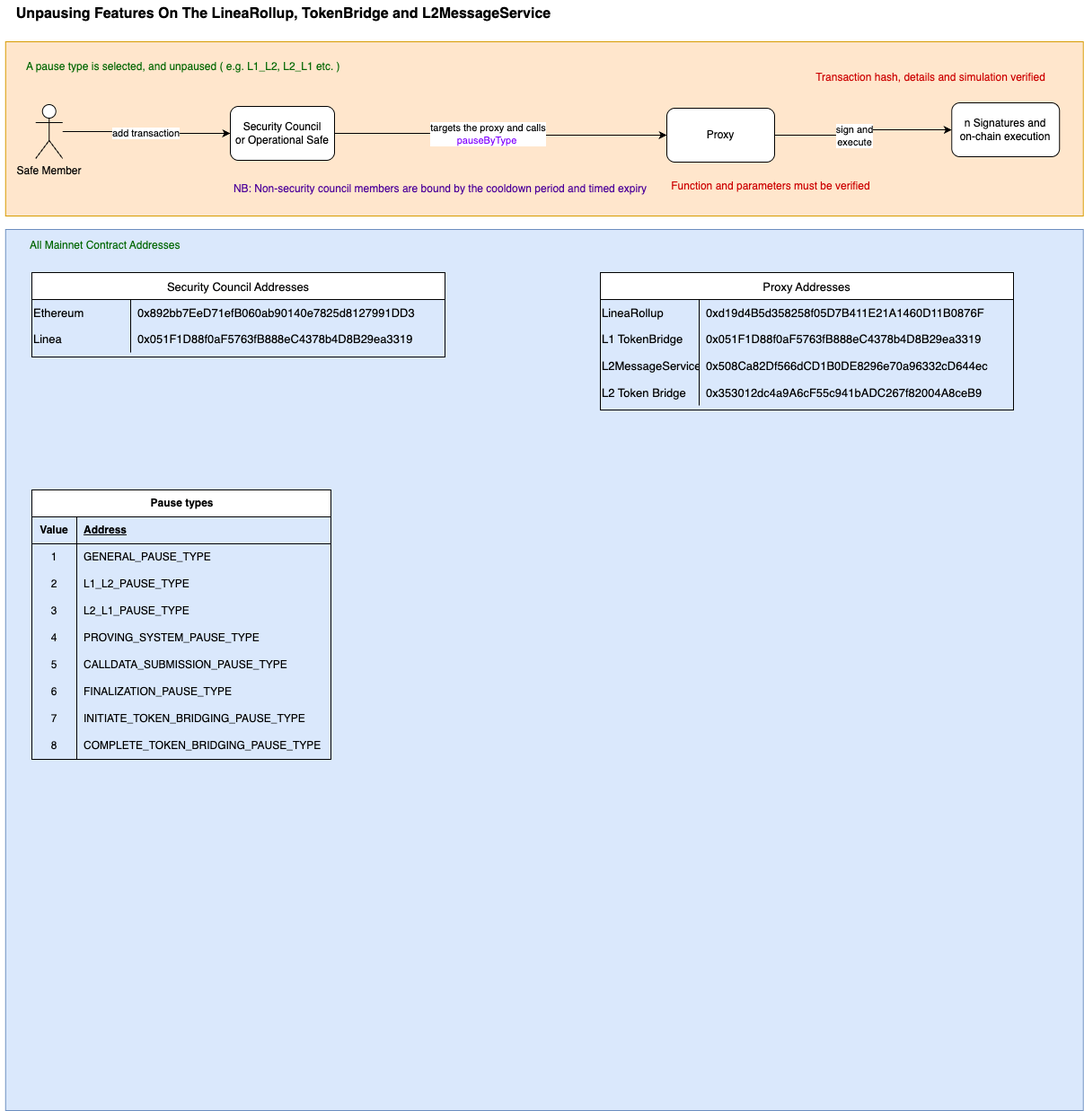
Above: contracts/docs/workflows/diagrams/unpausing.png in Consensys/linea-monorepo (draw.io), before the change. Source tidied: cells renumbered, new cells last; positions are measured from the earlier drawing's top-left corner, leaving out a move shared by most shapes. Its diagram source:
```xml
<mxGraphModel>
  <root>
    <mxCell id="0" />
    <mxCell id="1" parent="0" />
    <mxCell id="2" style="rounded=0;whiteSpace=wrap;html=1;fillColor=#dae8fc;strokeColor=#6c8ebf;" parent="1" vertex="1">
      <mxGeometry x="5.8" y="255" width="1200" height="981" as="geometry" />
    </mxCell>
    <mxCell id="3" style="rounded=0;whiteSpace=wrap;html=1;fillColor=#ffe6cc;strokeColor=#d79b00;" parent="1" vertex="1">
      <mxGeometry x="5.8" y="46" width="1200" height="194" as="geometry" />
    </mxCell>
    <mxCell id="4" value="Security Council &lt;br&gt;or Operational Safe" style="rounded=1;whiteSpace=wrap;html=1;" parent="1" vertex="1">
      <mxGeometry x="256" y="118" width="116" height="60" as="geometry" />
    </mxCell>
    <mxCell id="5" value="add transaction" style="edgeStyle=orthogonalEdgeStyle;rounded=0;jettySize=auto;html=1;entryX=0;entryY=0.5;entryDx=0;entryDy=0;" parent="1" edge="1" source="6" target="4">
      <mxGeometry relative="1" as="geometry" />
    </mxCell>
    <mxCell id="6" value="Safe Member" style="shape=umlActor;verticalLabelPosition=bottom;verticalAlign=top;html=1;outlineConnect=0;" parent="1" vertex="1">
      <mxGeometry x="39.2" y="116" width="30" height="60" as="geometry" />
    </mxCell>
    <mxCell id="7" style="edgeStyle=orthogonalEdgeStyle;rounded=0;jettySize=auto;html=1;entryX=0;entryY=0.5;entryDx=0;entryDy=0;exitX=1;exitY=0.5;exitDx=0;exitDy=0;" parent="1" edge="1" source="4" target="11">
      <mxGeometry relative="1" as="geometry" />
    </mxCell>
    <mxCell id="8" value="targets the proxy and calls &lt;br&gt;&lt;font style=&quot;color: rgb(127, 0, 255);&quot;&gt;pauseByType&amp;nbsp;&lt;/font&gt;" style="edgeLabel;html=1;align=center;verticalAlign=middle;" parent="7" vertex="1">
      <mxGeometry x="-0.22" relative="1" as="geometry">
        <mxPoint x="25" as="offset" />
      </mxGeometry>
    </mxCell>
    <mxCell id="9" style="edgeStyle=orthogonalEdgeStyle;rounded=0;jettySize=auto;html=1;" parent="1" edge="1" source="11" target="12">
      <mxGeometry relative="1" as="geometry" />
    </mxCell>
    <mxCell id="10" value="sign and&lt;br&gt;execute" style="edgeLabel;html=1;align=center;verticalAlign=middle;" parent="9" vertex="1">
      <mxGeometry x="-0.13" relative="1" as="geometry" />
    </mxCell>
    <mxCell id="11" value="Proxy" style="rounded=1;whiteSpace=wrap;html=1;" parent="1" vertex="1">
      <mxGeometry x="742" y="120" width="120" height="60" as="geometry" />
    </mxCell>
    <mxCell id="12" value="n Signatures and&lt;br&gt;on-chain execution" style="rounded=1;whiteSpace=wrap;html=1;" parent="1" vertex="1">
      <mxGeometry x="1059.2" y="114" width="120" height="60" as="geometry" />
    </mxCell>
    <mxCell id="13" value="&lt;span style=&quot;color: rgb(0, 102, 0);&quot;&gt;A pause type is selected, and unpaused&amp;nbsp;&lt;/span&gt;&lt;span style=&quot;color: rgb(0, 102, 0);&quot;&gt;( e.g.&amp;nbsp;L1_L2, L2_L1 etc. )&lt;/span&gt;" style="text;html=1;align=left;verticalAlign=middle;whiteSpace=wrap;rounded=0;strokeColor=none;" parent="1" vertex="1">
      <mxGeometry x="27.2" y="59" width="1157" height="30" as="geometry" />
    </mxCell>
    <mxCell id="14" value="&lt;font style=&quot;color: rgb(0, 102, 0);&quot;&gt;All Mainnet Contract Addresses&lt;/font&gt;" style="text;html=1;align=left;verticalAlign=middle;whiteSpace=wrap;rounded=0;strokeColor=none;" parent="1" vertex="1">
      <mxGeometry x="31.2" y="258" width="1157" height="30" as="geometry" />
    </mxCell>
    <mxCell id="15" value="Unpausing Features On The LineaRollup, TokenBridge and L2MessageService" style="text;html=1;align=center;verticalAlign=middle;whiteSpace=wrap;rounded=0;fontStyle=1;fontSize=16;" parent="1" vertex="1">
      <mxGeometry width="631" height="30" as="geometry" />
    </mxCell>
    <mxCell id="16" value="&lt;font style=&quot;color: rgb(204, 0, 0);&quot;&gt;Transaction hash, details and simulation verified&lt;/font&gt;" style="text;html=1;align=center;verticalAlign=middle;whiteSpace=wrap;rounded=0;" parent="1" vertex="1">
      <mxGeometry x="902.5" y="71" width="266" height="30" as="geometry" />
    </mxCell>
    <mxCell id="17" value="Proxy Addresses" style="shape=table;startSize=30;rowLines=0;fontStyle=0;strokeColor=default;fontSize=13;" parent="1" vertex="1">
      <mxGeometry x="668" y="303" width="460" height="153" as="geometry" />
    </mxCell>
    <mxCell id="18" style="shape=tableRow;horizontal=0;startSize=0;swimlaneHead=0;swimlaneBody=0;top=0;left=0;bottom=0;right=0;fillColor=none;strokeColor=inherit;fontSize=13;" parent="17" vertex="1">
      <mxGeometry y="30" width="460" height="29" as="geometry" />
    </mxCell>
    <mxCell id="19" value="LineaRollup" style="shape=partialRectangle;html=1;whiteSpace=wrap;fillColor=none;top=0;left=0;bottom=0;right=0;overflow=hidden;strokeColor=inherit;fontSize=13;align=left;" parent="18" vertex="1">
      <mxGeometry width="110" height="29" as="geometry" />
    </mxCell>
    <mxCell id="20" value="0xd19d4B5d358258f05D7B411E21A1460D11B0876F" style="shape=partialRectangle;html=1;whiteSpace=wrap;fillColor=none;top=0;left=0;bottom=0;right=0;align=left;spacingLeft=6;overflow=hidden;strokeColor=inherit;fontSize=13;" parent="18" vertex="1">
      <mxGeometry x="110" width="350" height="29" as="geometry" />
    </mxCell>
    <mxCell id="21" style="shape=tableRow;horizontal=0;startSize=0;swimlaneHead=0;swimlaneBody=0;top=0;left=0;bottom=0;right=0;fillColor=none;strokeColor=inherit;fontSize=13;" parent="17" vertex="1">
      <mxGeometry y="59" width="460" height="30" as="geometry" />
    </mxCell>
    <mxCell id="22" value="L1 TokenBridge" style="shape=partialRectangle;html=1;whiteSpace=wrap;fillColor=none;top=0;left=0;bottom=0;right=0;overflow=hidden;strokeColor=inherit;fontSize=13;align=left;" parent="21" vertex="1">
      <mxGeometry width="110" height="30" as="geometry" />
    </mxCell>
    <mxCell id="23" value="0x051F1D88f0aF5763fB888eC4378b4D8B29ea3319" style="shape=partialRectangle;html=1;whiteSpace=wrap;fillColor=none;top=0;left=0;bottom=0;right=0;align=left;spacingLeft=6;overflow=hidden;strokeColor=inherit;fontSize=13;" parent="21" vertex="1">
      <mxGeometry x="110" width="350" height="30" as="geometry" />
    </mxCell>
    <mxCell id="24" style="shape=tableRow;horizontal=0;startSize=0;swimlaneHead=0;swimlaneBody=0;top=0;left=0;bottom=0;right=0;fillColor=none;strokeColor=inherit;fontSize=13;" parent="17" vertex="1">
      <mxGeometry y="89" width="460" height="30" as="geometry" />
    </mxCell>
    <mxCell id="25" value="L2MessageService" style="shape=partialRectangle;html=1;whiteSpace=wrap;fillColor=none;top=0;left=0;bottom=0;right=0;overflow=hidden;strokeColor=inherit;fontSize=13;align=left;" parent="24" vertex="1">
      <mxGeometry width="110" height="30" as="geometry" />
    </mxCell>
    <mxCell id="26" value="0x508Ca82Df566dCD1B0DE8296e70a96332cD644ec" style="shape=partialRectangle;html=1;whiteSpace=wrap;fillColor=none;top=0;left=0;bottom=0;right=0;align=left;spacingLeft=6;overflow=hidden;strokeColor=inherit;fontSize=13;" parent="24" vertex="1">
      <mxGeometry x="110" width="350" height="30" as="geometry" />
    </mxCell>
    <mxCell id="27" style="shape=tableRow;horizontal=0;startSize=0;swimlaneHead=0;swimlaneBody=0;top=0;left=0;bottom=0;right=0;fillColor=none;strokeColor=inherit;fontSize=13;" parent="17" vertex="1">
      <mxGeometry y="119" width="460" height="29" as="geometry" />
    </mxCell>
    <mxCell id="28" value="L2 Token Bridge" style="shape=partialRectangle;html=1;whiteSpace=wrap;fillColor=none;top=0;left=0;bottom=0;right=0;overflow=hidden;strokeColor=inherit;fontSize=13;align=left;" parent="27" vertex="1">
      <mxGeometry width="110" height="29" as="geometry" />
    </mxCell>
    <mxCell id="29" value="0x353012dc4a9A6cF55c941bADC267f82004A8ceB9" style="shape=partialRectangle;html=1;whiteSpace=wrap;fillColor=none;top=0;left=0;bottom=0;right=0;align=left;spacingLeft=6;overflow=hidden;strokeColor=inherit;fontSize=13;" parent="27" vertex="1">
      <mxGeometry x="110" width="350" height="29" as="geometry" />
    </mxCell>
    <mxCell id="30" value="Security Council Addresses" style="shape=table;startSize=30;rowLines=0;fontStyle=0;strokeColor=default;fontSize=13;" parent="1" vertex="1">
      <mxGeometry x="35" y="303" width="460" height="94" as="geometry" />
    </mxCell>
    <mxCell id="31" style="shape=tableRow;horizontal=0;startSize=0;swimlaneHead=0;swimlaneBody=0;top=0;left=0;bottom=0;right=0;fillColor=none;strokeColor=inherit;fontSize=13;" parent="30" vertex="1">
      <mxGeometry y="30" width="460" height="29" as="geometry" />
    </mxCell>
    <mxCell id="32" value="Ethereum" style="shape=partialRectangle;html=1;whiteSpace=wrap;fillColor=none;top=0;left=0;bottom=0;right=0;overflow=hidden;strokeColor=inherit;fontSize=13;align=left;" parent="31" vertex="1">
      <mxGeometry width="110" height="29" as="geometry" />
    </mxCell>
    <mxCell id="33" value="0x892bb7EeD71efB060ab90140e7825d8127991DD3" style="shape=partialRectangle;html=1;whiteSpace=wrap;fillColor=none;top=0;left=0;bottom=0;right=0;align=left;spacingLeft=6;overflow=hidden;strokeColor=inherit;fontSize=13;" parent="31" vertex="1">
      <mxGeometry x="110" width="350" height="29" as="geometry" />
    </mxCell>
    <mxCell id="34" style="shape=tableRow;horizontal=0;startSize=0;swimlaneHead=0;swimlaneBody=0;top=0;left=0;bottom=0;right=0;fillColor=none;strokeColor=inherit;fontSize=13;" parent="30" vertex="1">
      <mxGeometry y="59" width="460" height="30" as="geometry" />
    </mxCell>
    <mxCell id="35" value="Linea" style="shape=partialRectangle;html=1;whiteSpace=wrap;fillColor=none;top=0;left=0;bottom=0;right=0;overflow=hidden;strokeColor=inherit;fontSize=13;align=left;" parent="34" vertex="1">
      <mxGeometry width="110" height="30" as="geometry" />
    </mxCell>
    <mxCell id="36" value="0x051F1D88f0aF5763fB888eC4378b4D8B29ea3319" style="shape=partialRectangle;html=1;whiteSpace=wrap;fillColor=none;top=0;left=0;bottom=0;right=0;align=left;spacingLeft=6;overflow=hidden;strokeColor=inherit;fontSize=13;" parent="34" vertex="1">
      <mxGeometry x="110" width="350" height="30" as="geometry" />
    </mxCell>
    <mxCell id="37" value="&lt;font style=&quot;color: rgb(76, 0, 153);&quot;&gt;NB: Non-security council members are bound by the cooldown period and timed expiry&lt;/font&gt;" style="text;html=1;align=center;verticalAlign=middle;whiteSpace=wrap;rounded=0;" parent="1" vertex="1">
      <mxGeometry x="256" y="195" width="468" height="30" as="geometry" />
    </mxCell>
    <mxCell id="38" value="&lt;font style=&quot;color: rgb(204, 0, 0);&quot;&gt;Function and parameters must be verified&lt;/font&gt;" style="text;html=1;align=center;verticalAlign=middle;whiteSpace=wrap;rounded=0;" parent="1" vertex="1">
      <mxGeometry x="743.6" y="192" width="228" height="30" as="geometry" />
    </mxCell>
    <mxCell id="39" value="Pause types" style="shape=table;startSize=30;rowLines=0;fontStyle=1;align=center;html=1;" parent="1" vertex="1">
      <mxGeometry x="35" y="545" width="333" height="300" as="geometry" />
    </mxCell>
    <mxCell id="40" style="shape=tableRow;horizontal=0;startSize=0;swimlaneHead=0;swimlaneBody=0;fillColor=none;top=0;left=0;right=0;bottom=1;" parent="39" vertex="1">
      <mxGeometry y="30" width="333" height="30" as="geometry" />
    </mxCell>
    <mxCell id="41" value="Value" style="shape=partialRectangle;fillColor=none;top=0;left=0;bottom=0;right=0;fontStyle=1;overflow=hidden;whiteSpace=wrap;html=1;" parent="40" vertex="1">
      <mxGeometry width="50" height="30" as="geometry" />
    </mxCell>
    <mxCell id="42" value="Address" style="shape=partialRectangle;fillColor=none;top=0;left=0;bottom=0;right=0;align=left;spacingLeft=6;fontStyle=5;overflow=hidden;whiteSpace=wrap;html=1;" parent="40" vertex="1">
      <mxGeometry x="50" width="283" height="30" as="geometry" />
    </mxCell>
    <mxCell id="43" style="shape=tableRow;horizontal=0;startSize=0;swimlaneHead=0;swimlaneBody=0;fillColor=none;top=0;left=0;right=0;bottom=0;" parent="39" vertex="1">
      <mxGeometry y="60" width="333" height="30" as="geometry" />
    </mxCell>
    <mxCell id="44" value="1" style="shape=partialRectangle;fillColor=none;top=0;left=0;bottom=0;right=0;overflow=hidden;whiteSpace=wrap;html=1;" parent="43" vertex="1">
      <mxGeometry width="50" height="30" as="geometry" />
    </mxCell>
    <mxCell id="45" value="GENERAL_PAUSE_TYPE" style="shape=partialRectangle;fillColor=none;top=0;left=0;bottom=0;right=0;align=left;spacingLeft=6;overflow=hidden;whiteSpace=wrap;html=1;" parent="43" vertex="1">
      <mxGeometry x="50" width="283" height="30" as="geometry" />
    </mxCell>
    <mxCell id="46" style="shape=tableRow;horizontal=0;startSize=0;swimlaneHead=0;swimlaneBody=0;fillColor=none;top=0;left=0;right=0;bottom=0;" parent="39" vertex="1">
      <mxGeometry y="90" width="333" height="30" as="geometry" />
    </mxCell>
    <mxCell id="47" value="2" style="shape=partialRectangle;fillColor=none;top=0;left=0;bottom=0;right=0;overflow=hidden;whiteSpace=wrap;html=1;" parent="46" vertex="1">
      <mxGeometry width="50" height="30" as="geometry" />
    </mxCell>
    <mxCell id="48" value="L1_L2_PAUSE_TYPE" style="shape=partialRectangle;fillColor=none;top=0;left=0;bottom=0;right=0;align=left;spacingLeft=6;overflow=hidden;whiteSpace=wrap;html=1;" parent="46" vertex="1">
      <mxGeometry x="50" width="283" height="30" as="geometry" />
    </mxCell>
    <mxCell id="49" style="shape=tableRow;horizontal=0;startSize=0;swimlaneHead=0;swimlaneBody=0;fillColor=none;top=0;left=0;right=0;bottom=0;" parent="39" vertex="1">
      <mxGeometry y="120" width="333" height="30" as="geometry" />
    </mxCell>
    <mxCell id="50" value="3" style="shape=partialRectangle;fillColor=none;top=0;left=0;bottom=0;right=0;overflow=hidden;whiteSpace=wrap;html=1;" parent="49" vertex="1">
      <mxGeometry width="50" height="30" as="geometry" />
    </mxCell>
    <mxCell id="51" value="L2_L1_PAUSE_TYPE" style="shape=partialRectangle;fillColor=none;top=0;left=0;bottom=0;right=0;align=left;spacingLeft=6;overflow=hidden;whiteSpace=wrap;html=1;" parent="49" vertex="1">
      <mxGeometry x="50" width="283" height="30" as="geometry" />
    </mxCell>
    <mxCell id="52" style="shape=tableRow;horizontal=0;startSize=0;swimlaneHead=0;swimlaneBody=0;fillColor=none;top=0;left=0;right=0;bottom=0;" parent="39" vertex="1">
      <mxGeometry y="150" width="333" height="30" as="geometry" />
    </mxCell>
    <mxCell id="53" value="4" style="shape=partialRectangle;fillColor=none;top=0;left=0;bottom=0;right=0;overflow=hidden;whiteSpace=wrap;html=1;" parent="52" vertex="1">
      <mxGeometry width="50" height="30" as="geometry" />
    </mxCell>
    <mxCell id="54" value="PROVING_SYSTEM_PAUSE_TYPE" style="shape=partialRectangle;fillColor=none;top=0;left=0;bottom=0;right=0;align=left;spacingLeft=6;overflow=hidden;whiteSpace=wrap;html=1;" parent="52" vertex="1">
      <mxGeometry x="50" width="283" height="30" as="geometry" />
    </mxCell>
    <mxCell id="55" style="shape=tableRow;horizontal=0;startSize=0;swimlaneHead=0;swimlaneBody=0;fillColor=none;top=0;left=0;right=0;bottom=0;" parent="39" vertex="1">
      <mxGeometry y="180" width="333" height="30" as="geometry" />
    </mxCell>
    <mxCell id="56" value="5" style="shape=partialRectangle;fillColor=none;top=0;left=0;bottom=0;right=0;overflow=hidden;whiteSpace=wrap;html=1;" parent="55" vertex="1">
      <mxGeometry width="50" height="30" as="geometry" />
    </mxCell>
    <mxCell id="57" value="CALLDATA_SUBMISSION_PAUSE_TYPE" style="shape=partialRectangle;fillColor=none;top=0;left=0;bottom=0;right=0;align=left;spacingLeft=6;overflow=hidden;whiteSpace=wrap;html=1;" parent="55" vertex="1">
      <mxGeometry x="50" width="283" height="30" as="geometry" />
    </mxCell>
    <mxCell id="58" style="shape=tableRow;horizontal=0;startSize=0;swimlaneHead=0;swimlaneBody=0;fillColor=none;top=0;left=0;right=0;bottom=0;" parent="39" vertex="1">
      <mxGeometry y="210" width="333" height="30" as="geometry" />
    </mxCell>
    <mxCell id="59" value="6" style="shape=partialRectangle;fillColor=none;top=0;left=0;bottom=0;right=0;overflow=hidden;whiteSpace=wrap;html=1;" parent="58" vertex="1">
      <mxGeometry width="50" height="30" as="geometry" />
    </mxCell>
    <mxCell id="60" value="FINALIZATION_PAUSE_TYPE" style="shape=partialRectangle;fillColor=none;top=0;left=0;bottom=0;right=0;align=left;spacingLeft=6;overflow=hidden;whiteSpace=wrap;html=1;" parent="58" vertex="1">
      <mxGeometry x="50" width="283" height="30" as="geometry" />
    </mxCell>
    <mxCell id="61" style="shape=tableRow;horizontal=0;startSize=0;swimlaneHead=0;swimlaneBody=0;fillColor=none;top=0;left=0;right=0;bottom=0;" parent="39" vertex="1">
      <mxGeometry y="240" width="333" height="30" as="geometry" />
    </mxCell>
    <mxCell id="62" value="7" style="shape=partialRectangle;fillColor=none;top=0;left=0;bottom=0;right=0;overflow=hidden;whiteSpace=wrap;html=1;" parent="61" vertex="1">
      <mxGeometry width="50" height="30" as="geometry" />
    </mxCell>
    <mxCell id="63" value="INITIATE_TOKEN_BRIDGING_PAUSE_TYPE" style="shape=partialRectangle;fillColor=none;top=0;left=0;bottom=0;right=0;align=left;spacingLeft=6;overflow=hidden;whiteSpace=wrap;html=1;" parent="61" vertex="1">
      <mxGeometry x="50" width="283" height="30" as="geometry" />
    </mxCell>
    <mxCell id="64" style="shape=tableRow;horizontal=0;startSize=0;swimlaneHead=0;swimlaneBody=0;fillColor=none;top=0;left=0;right=0;bottom=0;" parent="39" vertex="1">
      <mxGeometry y="270" width="333" height="30" as="geometry" />
    </mxCell>
    <mxCell id="65" value="8" style="shape=partialRectangle;fillColor=none;top=0;left=0;bottom=0;right=0;overflow=hidden;whiteSpace=wrap;html=1;" parent="64" vertex="1">
      <mxGeometry width="50" height="30" as="geometry" />
    </mxCell>
    <mxCell id="66" value="COMPLETE_TOKEN_BRIDGING_PAUSE_TYPE" style="shape=partialRectangle;fillColor=none;top=0;left=0;bottom=0;right=0;align=left;spacingLeft=6;overflow=hidden;whiteSpace=wrap;html=1;" parent="64" vertex="1">
      <mxGeometry x="50" width="283" height="30" as="geometry" />
    </mxCell>
  </root>
</mxGraphModel>
```
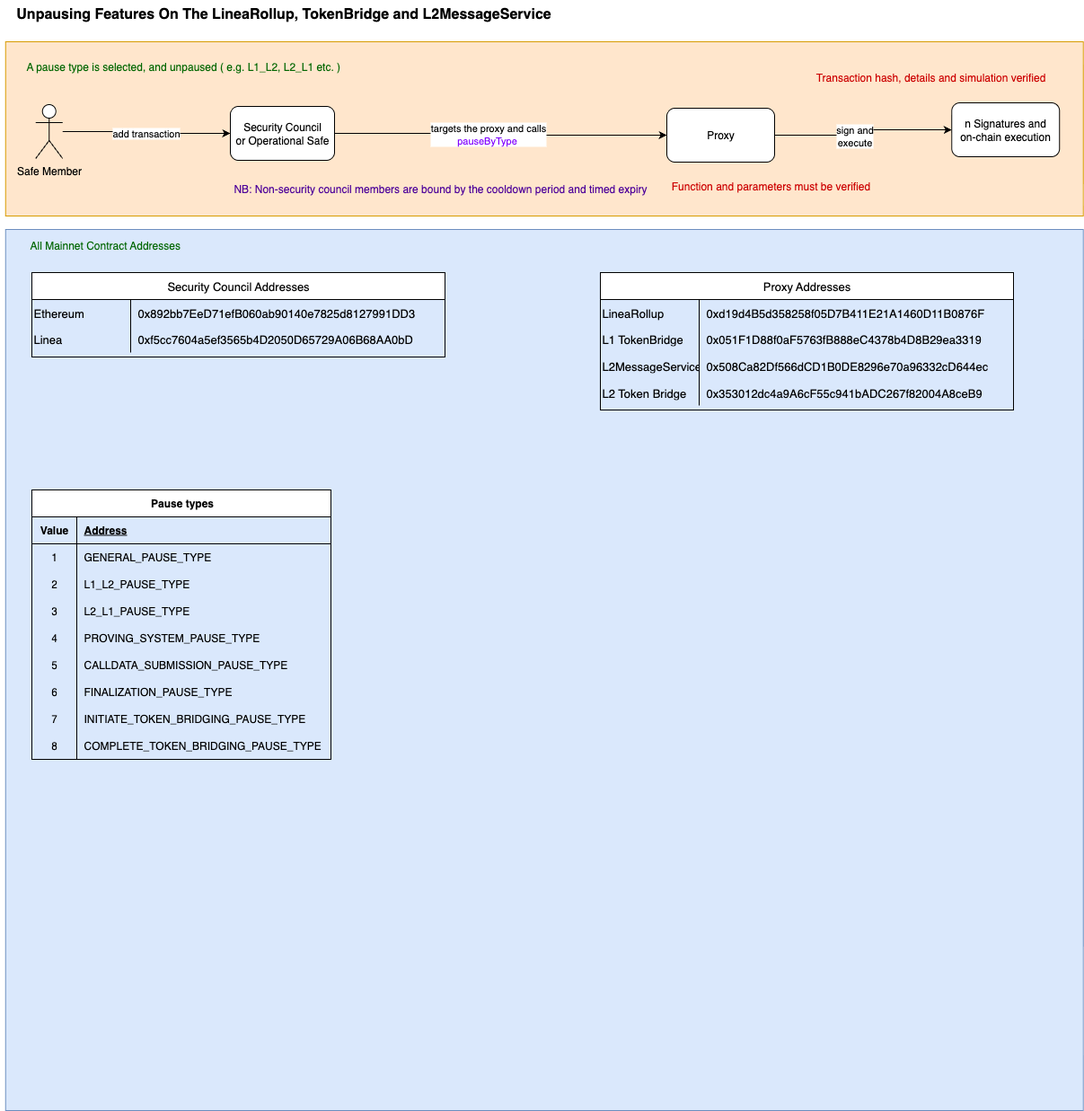
The same file after the commit.

Change to the diagram source:
```diff
@@ -106,7 +106,7 @@
     <mxCell id="35" value="Linea" style="shape=partialRectangle;html=1;whiteSpace=wrap;fillColor=none;top=0;left=0;bottom=0;right=0;overflow=hidden;strokeColor=inherit;fontSize=13;align=left;" parent="34" vertex="1">
       <mxGeometry width="110" height="30" as="geometry" />
     </mxCell>
-    <mxCell id="36" value="0x051F1D88f0aF5763fB888eC4378b4D8B29ea3319" style="shape=partialRectangle;html=1;whiteSpace=wrap;fillColor=none;top=0;left=0;bottom=0;right=0;align=left;spacingLeft=6;overflow=hidden;strokeColor=inherit;fontSize=13;" parent="34" vertex="1">
+    <mxCell id="36" value="0xf5cc7604a5ef3565b4D2050D65729A06B68AA0bD" style="shape=partialRectangle;html=1;whiteSpace=wrap;fillColor=none;top=0;left=0;bottom=0;right=0;align=left;spacingLeft=6;overflow=hidden;strokeColor=inherit;fontSize=13;" parent="34" vertex="1">
       <mxGeometry x="110" width="350" height="30" as="geometry" />
     </mxCell>
     <mxCell id="37" value="&lt;font style=&quot;color: rgb(76, 0, 153);&quot;&gt;NB: Non-security council members are bound by the cooldown period and timed expiry&lt;/font&gt;" style="text;html=1;align=center;verticalAlign=middle;whiteSpace=wrap;rounded=0;" parent="1" vertex="1">
```
